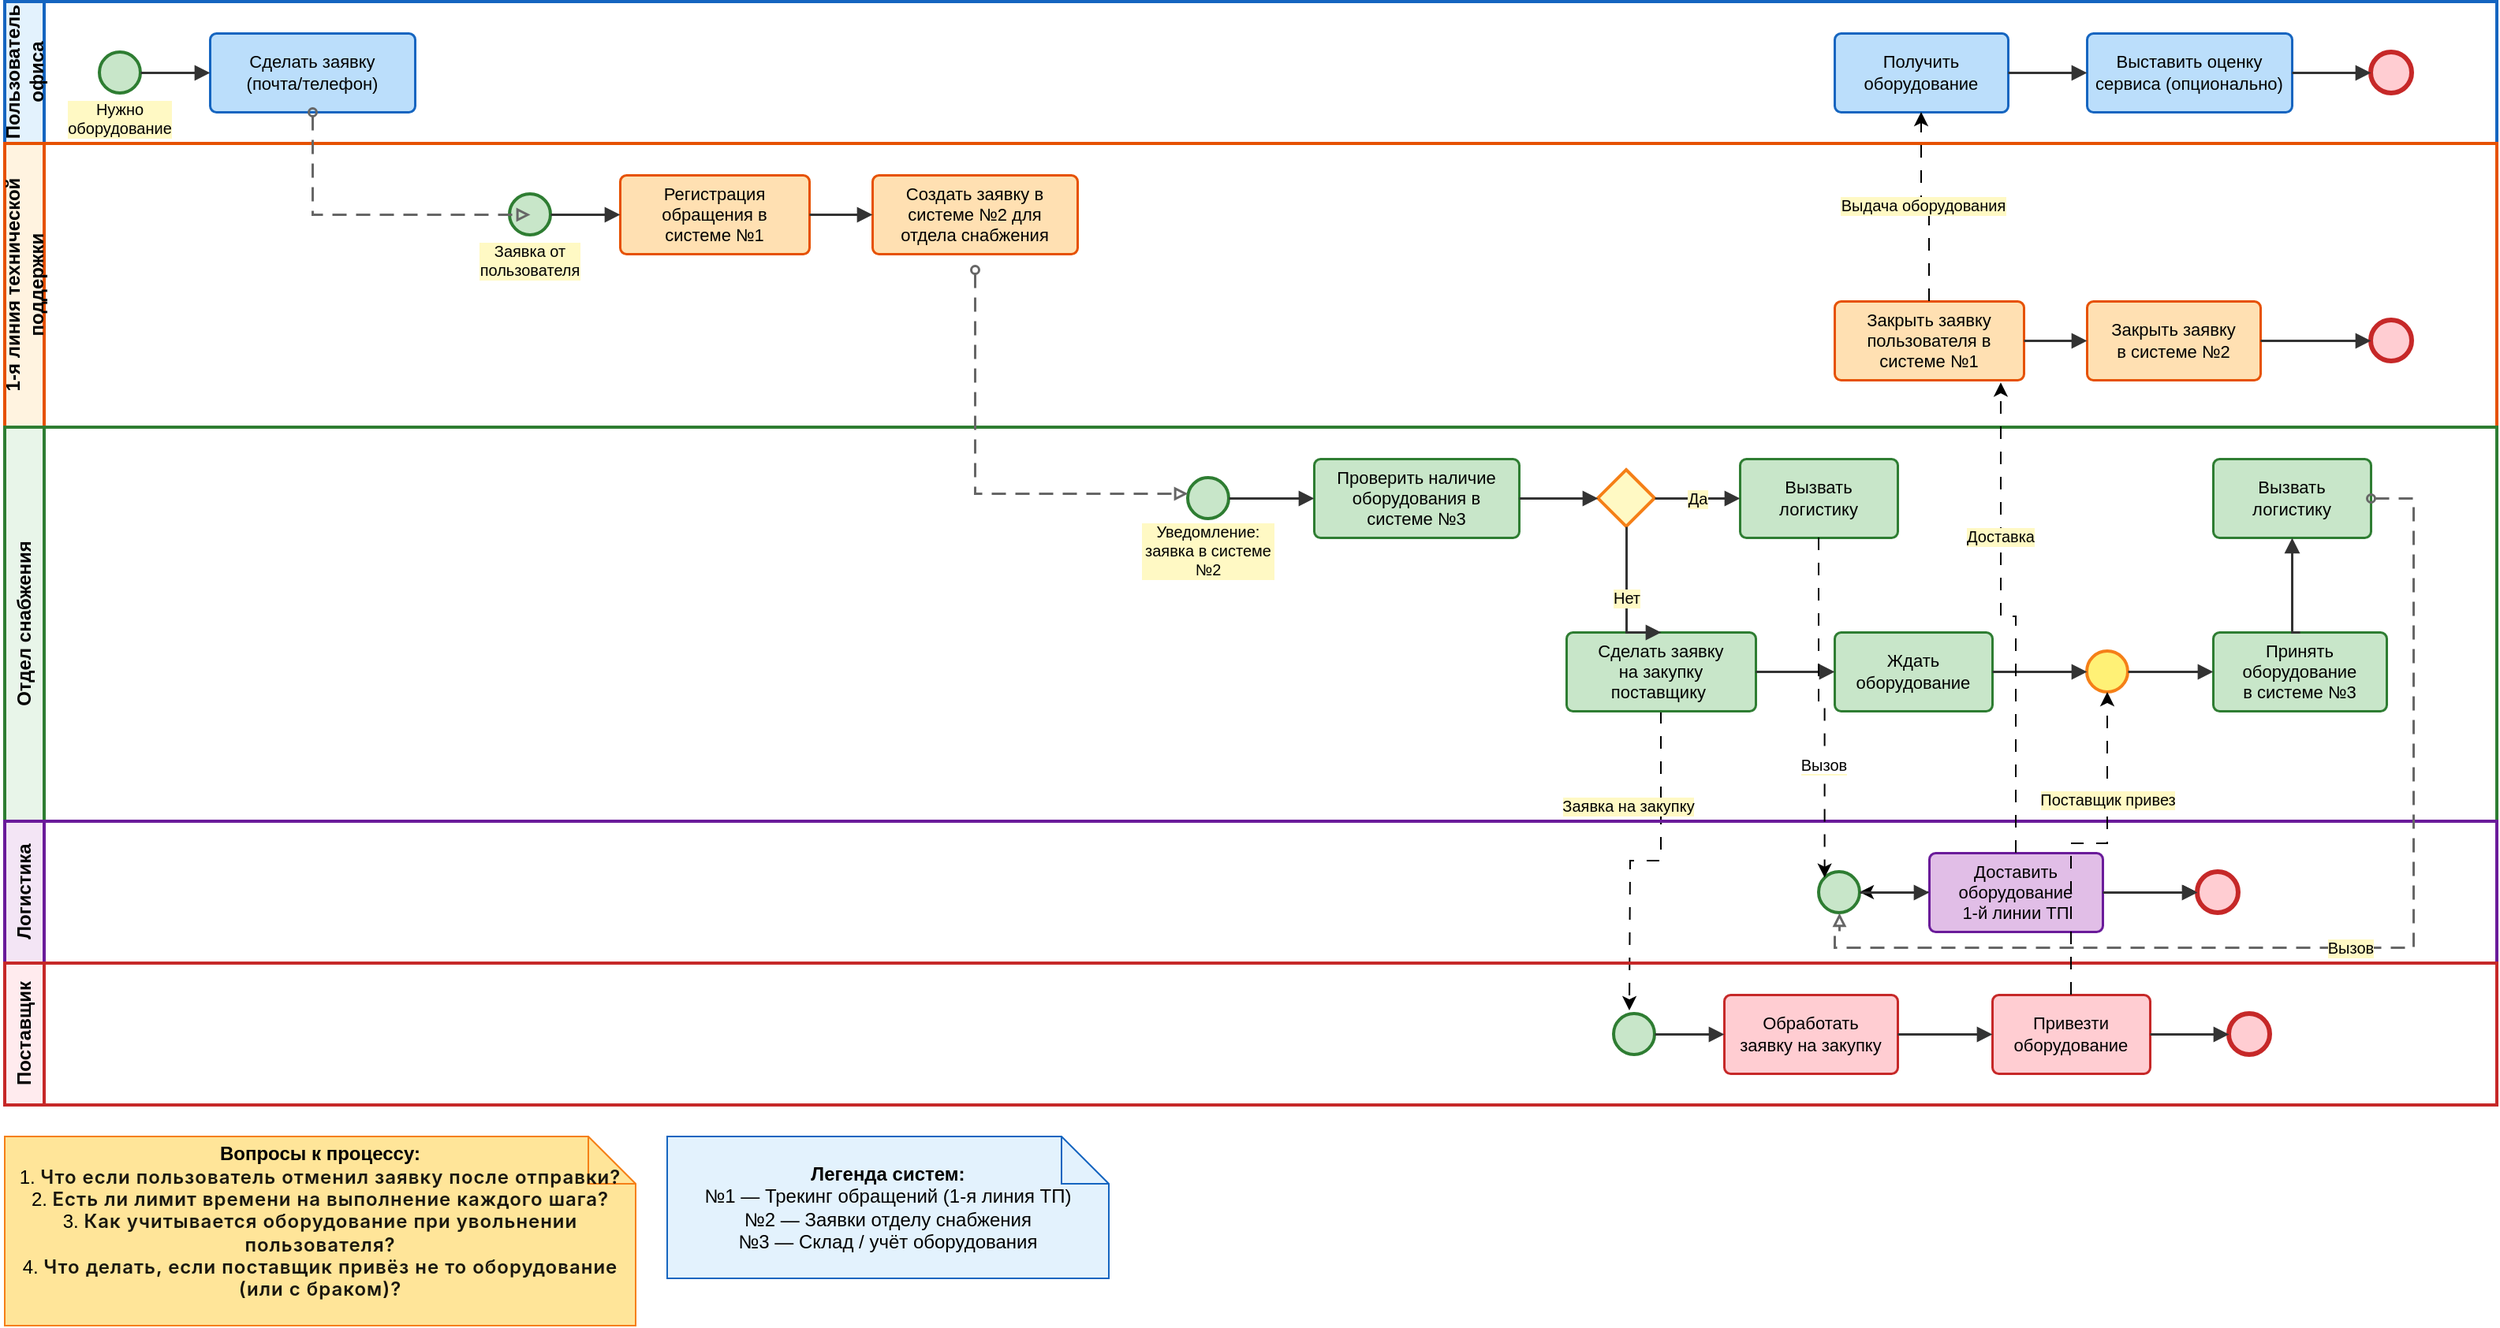
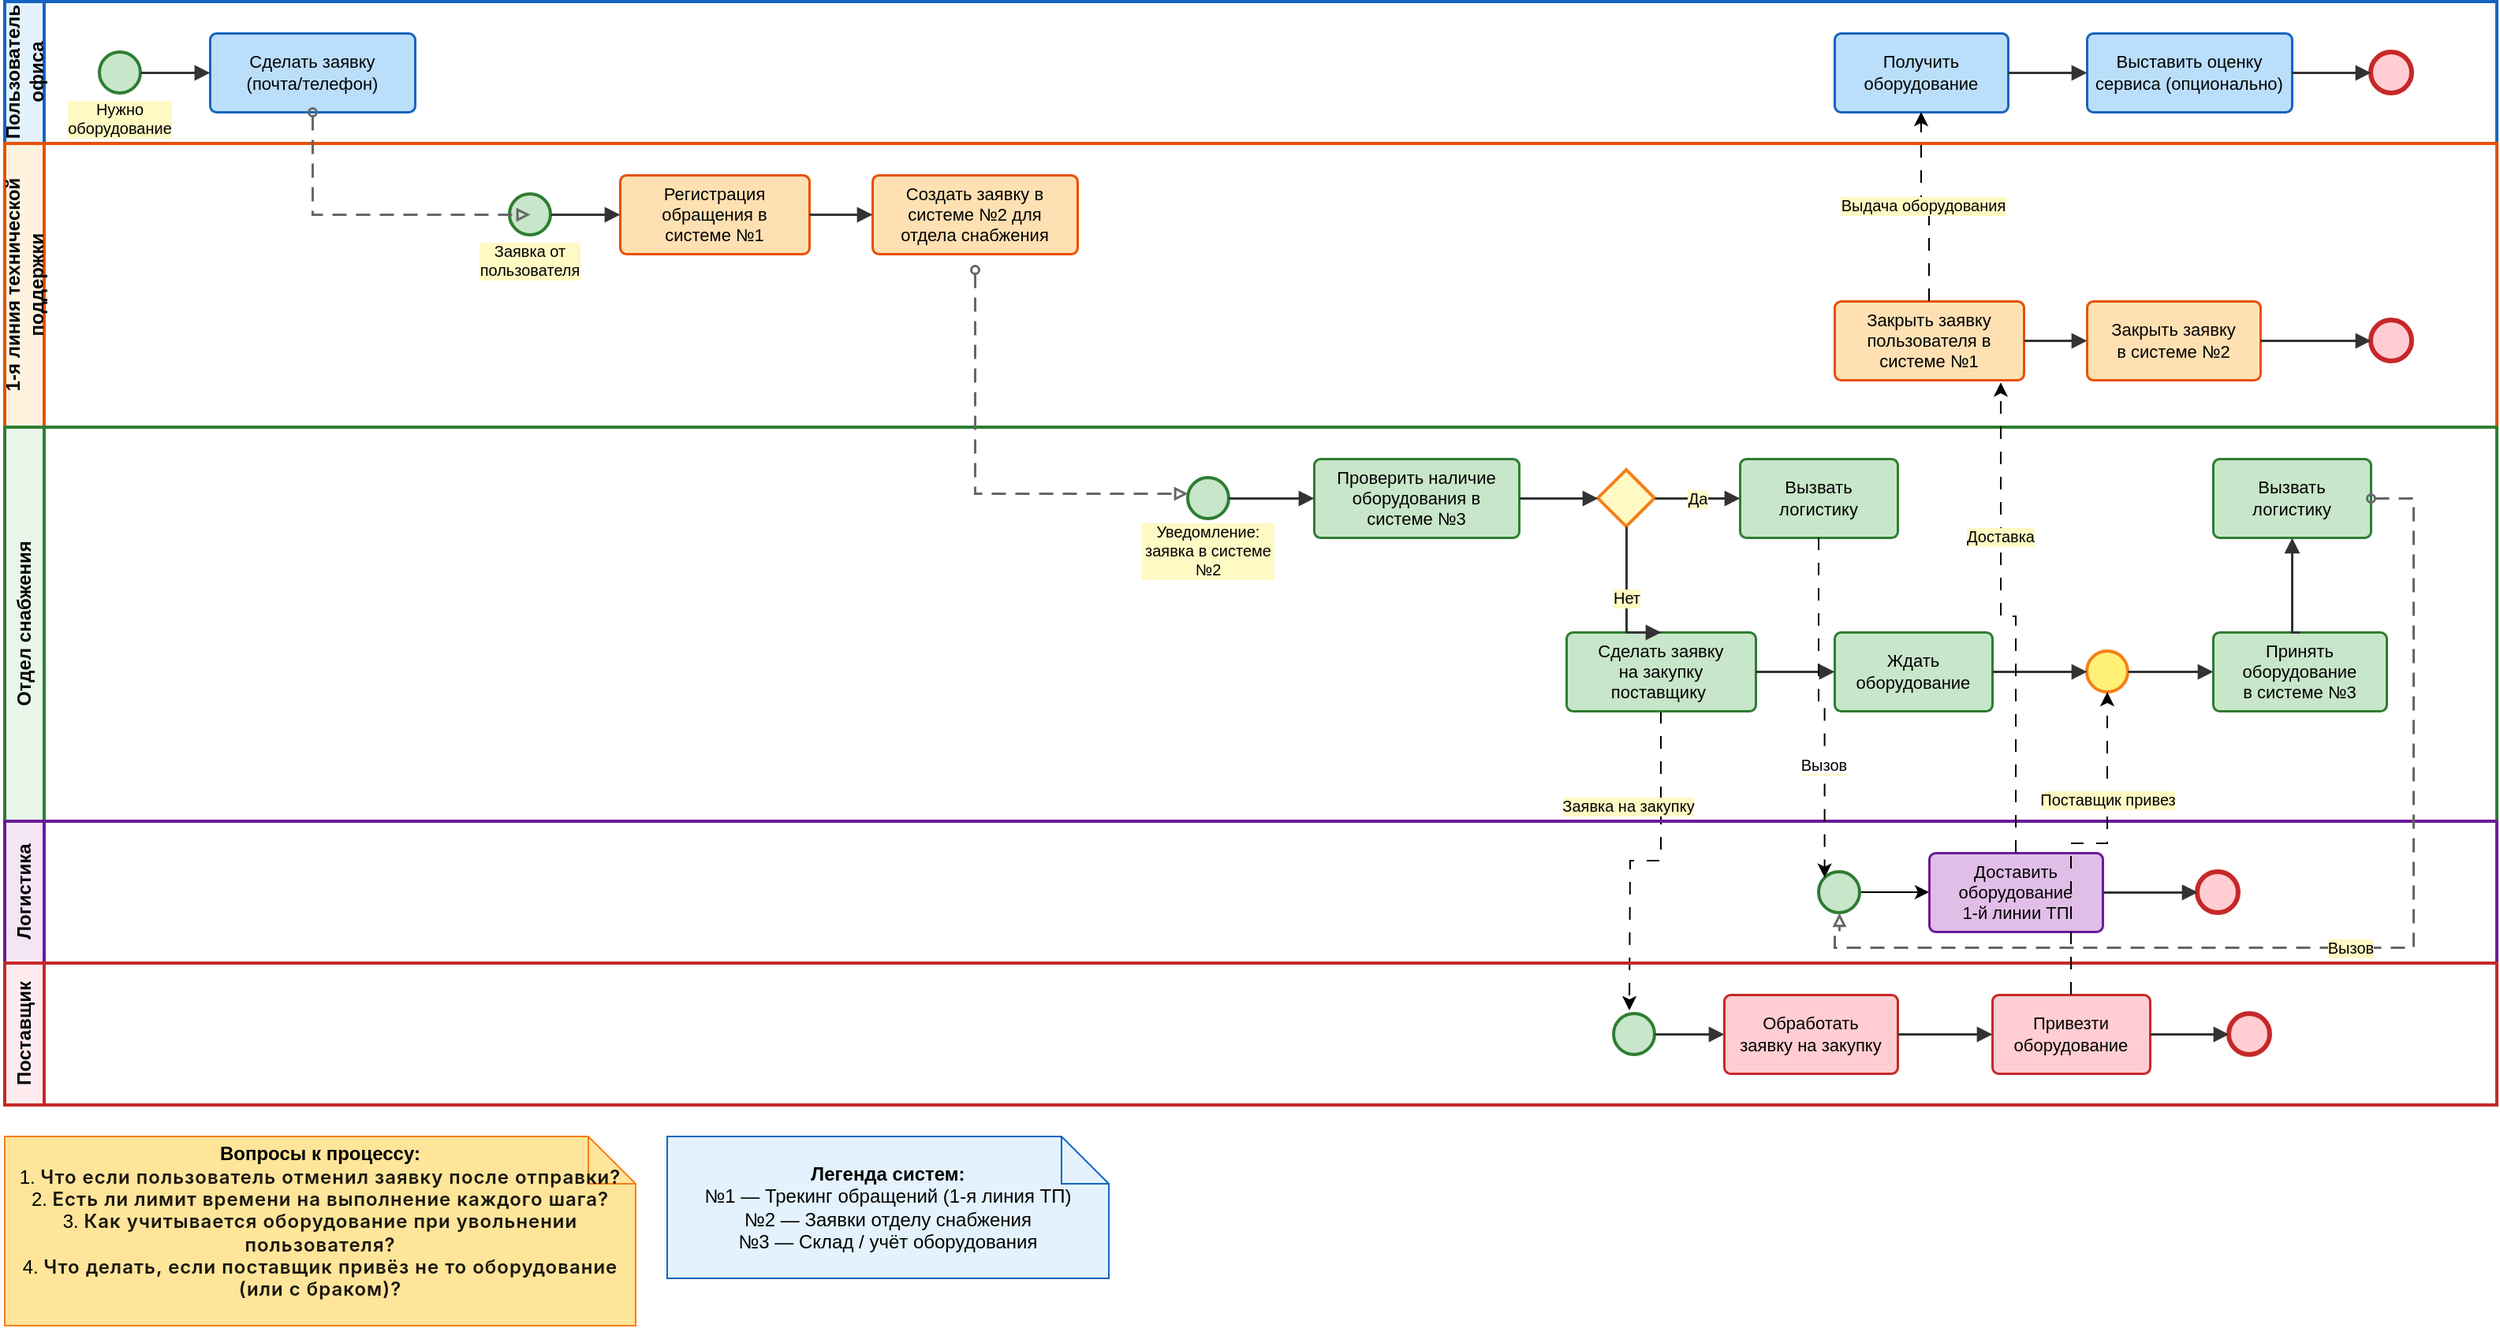
<mxfile host="app.diagrams.net" agent="Kimi">
  <diagram name="BPMN IT Equipment" id="it-equipment-bpmn">
    <mxGraphModel dx="1940" dy="875" grid="1" gridSize="10" guides="1" tooltips="1" connect="1" arrows="1" fold="1" page="1" pageScale="1" pageWidth="1700" pageHeight="1100" math="0" shadow="0">
      <root>
        <mxCell id="0" />
        <mxCell id="1" parent="0" />
        <mxCell id="pool-user" parent="1" style="swimlane;horizontal=0;startSize=25;swimlaneLine=1;collapsible=0;fontStyle=1;fillColor=#E3F2FD;strokeColor=#1565C0;strokeWidth=2;fontSize=12;whiteSpace=wrap;" value="Пользователь офиса" vertex="1">
          <mxGeometry height="90" width="1580" x="40" y="40" as="geometry" />
        </mxCell>
        <mxCell id="start-user" parent="pool-user" style="ellipse;whiteSpace=wrap;html=1;aspect=fixed;fillColor=#C8E6C9;strokeColor=#2E7D32;strokeWidth=2;" value="" vertex="1">
          <mxGeometry height="26" width="26" x="60" y="32" as="geometry" />
        </mxCell>
        <mxCell id="lbl-start-user" parent="pool-user" style="text;html=1;strokeColor=none;fillColor=none;align=center;verticalAlign=middle;whiteSpace=wrap;rounded=0;fontSize=10;fontFamily=Helvetica;fontColor=default;fontStyle=0;labelBackgroundColor=#FFF9C4;" value="Нужно&#xa;оборудование" vertex="1">
          <mxGeometry height="28" width="60" x="43" y="60" as="geometry" />
        </mxCell>
        <mxCell id="task-req" parent="pool-user" style="rounded=1;whiteSpace=wrap;html=1;arcSize=8;fillColor=#BBDEFB;strokeColor=#1565C0;strokeWidth=1.5;fontSize=11;" value="Сделать заявку&#xa;(почта/телефон)" vertex="1">
          <mxGeometry height="50" width="130" x="130" y="20" as="geometry" />
        </mxCell>
        <mxCell id="task-receive" parent="pool-user" style="rounded=1;whiteSpace=wrap;html=1;arcSize=8;fillColor=#BBDEFB;strokeColor=#1565C0;strokeWidth=1.5;fontSize=11;" value="Получить&#xa;оборудование" vertex="1">
          <mxGeometry height="50" width="110" x="1160" y="20" as="geometry" />
        </mxCell>
        <mxCell id="task-rate" parent="pool-user" style="rounded=1;whiteSpace=wrap;html=1;arcSize=8;fillColor=#BBDEFB;strokeColor=#1565C0;strokeWidth=1.5;fontSize=11;" value="Выставить оценку&#xa;сервиса (опционально)" vertex="1">
          <mxGeometry height="50" width="130" x="1320" y="20" as="geometry" />
        </mxCell>
        <mxCell id="end-user" parent="pool-user" style="ellipse;whiteSpace=wrap;html=1;aspect=fixed;fillColor=#FFCDD2;strokeColor=#C62828;strokeWidth=3;" value="" vertex="1">
          <mxGeometry height="26" width="26" x="1500" y="32" as="geometry" />
        </mxCell>
        <mxCell id="sf1" edge="1" parent="pool-user" source="start-user" style="edgeStyle=orthogonalEdgeStyle;rounded=0;orthogonalLoop=1;jettySize=auto;html=1;exitX=1;exitY=0.5;exitDx=0;exitDy=0;entryX=0;entryY=0.5;entryDx=0;entryDy=0;strokeColor=#333333;strokeWidth=1.5;endArrow=block;endFill=1;" target="task-req" value="">
          <mxGeometry relative="1" as="geometry" />
        </mxCell>
        <mxCell id="sf2" edge="1" parent="pool-user" source="task-receive" style="edgeStyle=orthogonalEdgeStyle;rounded=0;orthogonalLoop=1;jettySize=auto;html=1;exitX=1;exitY=0.5;exitDx=0;exitDy=0;entryX=0;entryY=0.5;entryDx=0;entryDy=0;strokeColor=#333333;strokeWidth=1.5;endArrow=block;endFill=1;" target="task-rate" value="">
          <mxGeometry relative="1" as="geometry" />
        </mxCell>
        <mxCell id="sf3" edge="1" parent="pool-user" source="task-rate" style="edgeStyle=orthogonalEdgeStyle;rounded=0;orthogonalLoop=1;jettySize=auto;html=1;exitX=1;exitY=0.5;exitDx=0;exitDy=0;entryX=0;entryY=0.5;entryDx=0;entryDy=0;strokeColor=#333333;strokeWidth=1.5;endArrow=block;endFill=1;" target="end-user" value="">
          <mxGeometry relative="1" as="geometry" />
        </mxCell>
        <mxCell id="pool-l1" parent="1" style="swimlane;horizontal=0;startSize=25;swimlaneLine=1;collapsible=0;fontStyle=1;fillColor=#FFF3E0;strokeColor=#E65100;strokeWidth=2;fontSize=12;whiteSpace=wrap;" value="1-я линия технической поддержки" vertex="1">
          <mxGeometry height="180" width="1580" x="40" y="130" as="geometry" />
        </mxCell>
        <mxCell id="start-l1" parent="pool-l1" style="ellipse;whiteSpace=wrap;html=1;aspect=fixed;fillColor=#C8E6C9;strokeColor=#2E7D32;strokeWidth=2;" value="" vertex="1">
          <mxGeometry height="26" width="26" x="320" y="32" as="geometry" />
        </mxCell>
        <mxCell id="lbl-start-l1" parent="pool-l1" style="text;html=1;strokeColor=none;fillColor=none;align=center;verticalAlign=middle;whiteSpace=wrap;rounded=0;fontSize=10;fontFamily=Helvetica;fontColor=default;fontStyle=0;labelBackgroundColor=#FFF9C4;" value="Заявка от&#xa;пользователя" vertex="1">
          <mxGeometry height="28" width="60" x="303" y="60" as="geometry" />
        </mxCell>
        <mxCell id="task-ticket1" parent="pool-l1" style="rounded=1;whiteSpace=wrap;html=1;arcSize=8;fillColor=#FFE0B2;strokeColor=#E65100;strokeWidth=1.5;fontSize=11;" value="Регистрация&lt;br&gt;обращения в&lt;br&gt;системе №1" vertex="1">
          <mxGeometry height="50" width="120" x="390" y="20" as="geometry" />
        </mxCell>
        <mxCell id="task-create-req" parent="pool-l1" style="rounded=1;whiteSpace=wrap;html=1;arcSize=8;fillColor=#FFE0B2;strokeColor=#E65100;strokeWidth=1.5;fontSize=11;" value="Создать заявку в&#xa;системе №2 для&#xa;отдела снабжения" vertex="1">
          <mxGeometry height="50" width="130" x="550" y="20" as="geometry" />
        </mxCell>
        <mxCell id="task-close1" parent="pool-l1" style="rounded=1;whiteSpace=wrap;html=1;arcSize=8;fillColor=#FFE0B2;strokeColor=#E65100;strokeWidth=1.5;fontSize=11;" value="Закрыть заявку&#xa;пользователя в&#xa;системе №1" vertex="1">
          <mxGeometry height="50" width="120" x="1160" y="100" as="geometry" />
        </mxCell>
        <mxCell id="task-close2" parent="pool-l1" style="rounded=1;whiteSpace=wrap;html=1;arcSize=8;fillColor=#FFE0B2;strokeColor=#E65100;strokeWidth=1.5;fontSize=11;" value="Закрыть заявку&#xa;в системе №2" vertex="1">
          <mxGeometry height="50" width="110" x="1320" y="100" as="geometry" />
        </mxCell>
        <mxCell id="end-l1" parent="pool-l1" style="ellipse;whiteSpace=wrap;html=1;aspect=fixed;fillColor=#FFCDD2;strokeColor=#C62828;strokeWidth=3;" value="" vertex="1">
          <mxGeometry height="26" width="26" x="1500" y="112" as="geometry" />
        </mxCell>
        <mxCell id="sf4" edge="1" parent="pool-l1" source="start-l1" style="edgeStyle=orthogonalEdgeStyle;rounded=0;orthogonalLoop=1;jettySize=auto;html=1;exitX=1;exitY=0.5;exitDx=0;exitDy=0;entryX=0;entryY=0.5;entryDx=0;entryDy=0;strokeColor=#333333;strokeWidth=1.5;endArrow=block;endFill=1;" target="task-ticket1" value="">
          <mxGeometry relative="1" as="geometry" />
        </mxCell>
        <mxCell id="sf5" edge="1" parent="pool-l1" source="task-ticket1" style="edgeStyle=orthogonalEdgeStyle;rounded=0;orthogonalLoop=1;jettySize=auto;html=1;exitX=1;exitY=0.5;exitDx=0;exitDy=0;entryX=0;entryY=0.5;entryDx=0;entryDy=0;strokeColor=#333333;strokeWidth=1.5;endArrow=block;endFill=1;" target="task-create-req" value="">
          <mxGeometry relative="1" as="geometry" />
        </mxCell>
        <mxCell id="sf6" edge="1" parent="pool-l1" source="task-close1" style="edgeStyle=orthogonalEdgeStyle;rounded=0;orthogonalLoop=1;jettySize=auto;html=1;exitX=1;exitY=0.5;exitDx=0;exitDy=0;entryX=0;entryY=0.5;entryDx=0;entryDy=0;strokeColor=#333333;strokeWidth=1.5;endArrow=block;endFill=1;" target="task-close2" value="">
          <mxGeometry relative="1" as="geometry" />
        </mxCell>
        <mxCell id="sf7" edge="1" parent="pool-l1" source="task-close2" style="edgeStyle=orthogonalEdgeStyle;rounded=0;orthogonalLoop=1;jettySize=auto;html=1;exitX=1;exitY=0.5;exitDx=0;exitDy=0;entryX=0;entryY=0.5;entryDx=0;entryDy=0;strokeColor=#333333;strokeWidth=1.5;endArrow=block;endFill=1;" target="end-l1" value="">
          <mxGeometry relative="1" as="geometry" />
        </mxCell>
        <mxCell id="pool-supply" parent="1" style="swimlane;horizontal=0;startSize=25;swimlaneLine=1;collapsible=0;fontStyle=1;fillColor=#E8F5E9;strokeColor=#2E7D32;strokeWidth=2;fontSize=12;whiteSpace=wrap;" value="Отдел снабжения" vertex="1">
          <mxGeometry height="250" width="1580" x="40" y="310" as="geometry" />
        </mxCell>
        <mxCell id="start-supply" parent="pool-supply" style="ellipse;whiteSpace=wrap;html=1;aspect=fixed;fillColor=#C8E6C9;strokeColor=#2E7D32;strokeWidth=2;" value="" vertex="1">
          <mxGeometry height="26" width="26" x="750" y="32" as="geometry" />
        </mxCell>
        <mxCell id="lbl-start-supply" parent="pool-supply" style="text;html=1;strokeColor=none;fillColor=none;align=center;verticalAlign=middle;whiteSpace=wrap;rounded=0;fontSize=10;fontFamily=Helvetica;fontColor=default;fontStyle=0;labelBackgroundColor=#FFF9C4;" value="Уведомление:&lt;br&gt;заявка в системе №2" vertex="1">
          <mxGeometry height="36" width="86" x="720" y="60" as="geometry" />
        </mxCell>
        <mxCell id="task-check" parent="pool-supply" style="rounded=1;whiteSpace=wrap;html=1;arcSize=8;fillColor=#C8E6C9;strokeColor=#2E7D32;strokeWidth=1.5;fontSize=11;" value="Проверить наличие&#xa;оборудования в&#xa;системе №3" vertex="1">
          <mxGeometry height="50" width="130" x="830" y="20" as="geometry" />
        </mxCell>
        <mxCell id="gateway-check" parent="pool-supply" style="rhombus;whiteSpace=wrap;html=1;fillColor=#FFF9C4;strokeColor=#F57F17;strokeWidth=2;" value="" vertex="1">
          <mxGeometry height="36" width="36" x="1010" y="27" as="geometry" />
        </mxCell>
        <mxCell id="task-call-log-yes" parent="pool-supply" style="rounded=1;whiteSpace=wrap;html=1;arcSize=8;fillColor=#C8E6C9;strokeColor=#2E7D32;strokeWidth=1.5;fontSize=11;" value="Вызвать&#xa;логистику" vertex="1">
          <mxGeometry height="50" width="100" x="1100" y="20" as="geometry" />
        </mxCell>
        <mxCell id="XbenKFMrG471u0wiNJ-_-17" edge="1" parent="pool-supply" source="task-order" style="edgeStyle=orthogonalEdgeStyle;rounded=0;orthogonalLoop=1;jettySize=auto;html=1;dashed=1;dashPattern=8 8;">
          <mxGeometry relative="1" as="geometry">
            <mxPoint x="1030.0000000000005" y="370" as="targetPoint" />
          </mxGeometry>
        </mxCell>
        <mxCell id="XbenKFMrG471u0wiNJ-_-18" connectable="0" parent="XbenKFMrG471u0wiNJ-_-17" style="edgeLabel;html=1;align=center;verticalAlign=middle;resizable=0;points=[];fillColor=light-dark(transparent,#FFE599);fontFamily=Helvetica;fontSize=10;fontColor=default;fontStyle=0;labelBackgroundColor=#FFF9C4;" value="Заявка на закупку" vertex="1">
          <mxGeometry relative="1" x="-0.0059" y="-4" as="geometry">
            <mxPoint x="-12" y="-31" as="offset" />
          </mxGeometry>
        </mxCell>
        <mxCell id="task-order" parent="pool-supply" style="rounded=1;whiteSpace=wrap;html=1;arcSize=8;fillColor=#C8E6C9;strokeColor=#2E7D32;strokeWidth=1.5;fontSize=11;" value="Сделать заявку&lt;br&gt;на закупку&lt;br&gt;поставщику&amp;nbsp;" vertex="1">
          <mxGeometry height="50" width="120" x="990" y="130" as="geometry" />
        </mxCell>
        <mxCell id="task-wait" parent="pool-supply" style="rounded=1;whiteSpace=wrap;html=1;arcSize=8;fillColor=#C8E6C9;strokeColor=#2E7D32;strokeWidth=1.5;fontSize=11;" value="Ждать&#xa;оборудование" vertex="1">
          <mxGeometry height="50" width="100" x="1160" y="130" as="geometry" />
        </mxCell>
        <mxCell id="event-receive" parent="pool-supply" style="ellipse;whiteSpace=wrap;html=1;aspect=fixed;fillColor=#FFF176;strokeColor=#F57F17;strokeWidth=2;" value="" vertex="1">
          <mxGeometry height="26" width="26" x="1320" y="142" as="geometry" />
        </mxCell>
        <mxCell id="task-accept" parent="pool-supply" style="rounded=1;whiteSpace=wrap;html=1;arcSize=8;fillColor=#C8E6C9;strokeColor=#2E7D32;strokeWidth=1.5;fontSize=11;" value="Принять&#xa;оборудование&#xa;в системе №3" vertex="1">
          <mxGeometry height="50" width="110" x="1400" y="130" as="geometry" />
        </mxCell>
        <mxCell id="task-call-log-no" parent="pool-supply" style="rounded=1;whiteSpace=wrap;html=1;arcSize=8;fillColor=#C8E6C9;strokeColor=#2E7D32;strokeWidth=1.5;fontSize=11;" value="Вызвать&#xa;логистику" vertex="1">
          <mxGeometry height="50" width="100" x="1400" y="20" as="geometry" />
        </mxCell>
        <mxCell id="sf8" edge="1" parent="pool-supply" source="start-supply" style="edgeStyle=orthogonalEdgeStyle;rounded=0;orthogonalLoop=1;jettySize=auto;html=1;exitX=1;exitY=0.5;exitDx=0;exitDy=0;entryX=0;entryY=0.5;entryDx=0;entryDy=0;strokeColor=#333333;strokeWidth=1.5;endArrow=block;endFill=1;" target="task-check" value="">
          <mxGeometry relative="1" as="geometry" />
        </mxCell>
        <mxCell id="sf9" edge="1" parent="pool-supply" source="task-check" style="edgeStyle=orthogonalEdgeStyle;rounded=0;orthogonalLoop=1;jettySize=auto;html=1;exitX=1;exitY=0.5;exitDx=0;exitDy=0;entryX=0;entryY=0.5;entryDx=0;entryDy=0;strokeColor=#333333;strokeWidth=1.5;endArrow=block;endFill=1;" target="gateway-check" value="">
          <mxGeometry relative="1" as="geometry" />
        </mxCell>
        <mxCell id="sf10" edge="1" parent="pool-supply" source="gateway-check" style="edgeStyle=orthogonalEdgeStyle;rounded=0;orthogonalLoop=1;jettySize=auto;html=1;exitX=1;exitY=0.5;exitDx=0;exitDy=0;entryX=0;entryY=0.5;entryDx=0;entryDy=0;strokeColor=#333333;strokeWidth=1.5;endArrow=block;endFill=1;labelBackgroundColor=#FFF9C4;fontSize=10;" target="task-call-log-yes" value="Да">
          <mxGeometry relative="1" as="geometry" />
        </mxCell>
        <mxCell id="sf11" edge="1" parent="pool-supply" source="gateway-check" style="edgeStyle=orthogonalEdgeStyle;rounded=0;orthogonalLoop=1;jettySize=auto;html=1;exitX=0.5;exitY=1;exitDx=0;exitDy=0;entryX=0.5;entryY=0;entryDx=0;entryDy=0;strokeColor=#333333;strokeWidth=1.5;endArrow=block;endFill=1;labelBackgroundColor=#FFF9C4;fontSize=10;" target="task-order" value="Нет">
          <mxGeometry relative="1" as="geometry">
            <Array as="points">
              <mxPoint x="1028" y="130" />
            </Array>
          </mxGeometry>
        </mxCell>
        <mxCell id="sf12" edge="1" parent="pool-supply" source="task-order" style="edgeStyle=orthogonalEdgeStyle;rounded=0;orthogonalLoop=1;jettySize=auto;html=1;exitX=1;exitY=0.5;exitDx=0;exitDy=0;entryX=0;entryY=0.5;entryDx=0;entryDy=0;strokeColor=#333333;strokeWidth=1.5;endArrow=block;endFill=1;" target="task-wait" value="">
          <mxGeometry relative="1" as="geometry" />
        </mxCell>
        <mxCell id="sf13" edge="1" parent="pool-supply" source="task-wait" style="edgeStyle=orthogonalEdgeStyle;rounded=0;orthogonalLoop=1;jettySize=auto;html=1;exitX=1;exitY=0.5;exitDx=0;exitDy=0;entryX=0;entryY=0.5;entryDx=0;entryDy=0;strokeColor=#333333;strokeWidth=1.5;endArrow=block;endFill=1;" target="event-receive" value="">
          <mxGeometry relative="1" as="geometry" />
        </mxCell>
        <mxCell id="sf14" edge="1" parent="pool-supply" source="event-receive" style="edgeStyle=orthogonalEdgeStyle;rounded=0;orthogonalLoop=1;jettySize=auto;html=1;exitX=1;exitY=0.5;exitDx=0;exitDy=0;entryX=0;entryY=0.5;entryDx=0;entryDy=0;strokeColor=#333333;strokeWidth=1.5;endArrow=block;endFill=1;" target="task-accept" value="">
          <mxGeometry relative="1" as="geometry" />
        </mxCell>
        <mxCell id="sf15" edge="1" parent="pool-supply" source="task-accept" style="edgeStyle=orthogonalEdgeStyle;rounded=0;orthogonalLoop=1;jettySize=auto;html=1;exitX=0.5;exitY=0;exitDx=0;exitDy=0;entryX=0.5;entryY=1;entryDx=0;entryDy=0;strokeColor=#333333;strokeWidth=1.5;endArrow=block;endFill=1;" target="task-call-log-no" value="">
          <mxGeometry relative="1" as="geometry">
            <Array as="points">
              <mxPoint x="1450" y="130" />
            </Array>
          </mxGeometry>
        </mxCell>
        <mxCell id="mf2" edge="1" parent="pool-supply" style="edgeStyle=orthogonalEdgeStyle;rounded=0;orthogonalLoop=1;jettySize=auto;html=1;exitX=0.5;exitY=1;exitDx=0;exitDy=0;strokeColor=#666666;strokeWidth=1.5;dashed=1;dashPattern=6 4;startArrow=oval;startFill=0;startSize=5;endArrow=block;endFill=0;endSize=5;" value="">
          <mxGeometry relative="1" as="geometry">
            <Array as="points">
              <mxPoint x="615" y="42" />
            </Array>
            <mxPoint x="615" y="-100" as="sourcePoint" />
            <mxPoint x="750" y="42" as="targetPoint" />
          </mxGeometry>
        </mxCell>
        <mxCell id="pool-log" parent="1" style="swimlane;horizontal=0;startSize=25;swimlaneLine=1;collapsible=0;fontStyle=1;fillColor=#F3E5F5;strokeColor=#6A1B9A;strokeWidth=2;fontSize=12;whiteSpace=wrap;" value="Логистика" vertex="1">
          <mxGeometry height="90" width="1580" x="40" y="560" as="geometry" />
        </mxCell>
+         <mxCell id="opargp484cUW6CwqKx2q-7" edge="1" parent="pool-log" source="start-log" style="edgeStyle=orthogonalEdgeStyle;rounded=0;orthogonalLoop=1;jettySize=auto;html=1;" target="task-deliver" value="">
+           <mxGeometry relative="1" as="geometry" />
+         </mxCell>
        <mxCell id="start-log" parent="pool-log" style="ellipse;whiteSpace=wrap;html=1;aspect=fixed;fillColor=#C8E6C9;strokeColor=#2E7D32;strokeWidth=2;" value="" vertex="1">
          <mxGeometry height="26" width="26" x="1150" y="32" as="geometry" />
        </mxCell>
-         <mxCell id="XbenKFMrG471u0wiNJ-_-22" edge="1" parent="pool-log" source="task-deliver" style="edgeStyle=orthogonalEdgeStyle;rounded=0;orthogonalLoop=1;jettySize=auto;html=1;" target="start-log" value="">
-           <mxGeometry relative="1" as="geometry" />
-         </mxCell>
        <mxCell id="XbenKFMrG471u0wiNJ-_-23" edge="1" parent="pool-log" source="task-deliver" style="edgeStyle=orthogonalEdgeStyle;rounded=0;orthogonalLoop=1;jettySize=auto;html=1;" target="end-log" value="">
          <mxGeometry relative="1" as="geometry" />
        </mxCell>
        <mxCell id="task-deliver" parent="pool-log" style="rounded=1;whiteSpace=wrap;html=1;arcSize=8;fillColor=#E1BEE7;strokeColor=#6A1B9A;strokeWidth=1.5;fontSize=11;" value="Доставить&#xa;оборудование&#xa;1-й линии ТП" vertex="1">
          <mxGeometry height="50" width="110" x="1220" y="20" as="geometry" />
        </mxCell>
        <mxCell id="end-log" parent="pool-log" style="ellipse;whiteSpace=wrap;html=1;aspect=fixed;fillColor=#FFCDD2;strokeColor=#C62828;strokeWidth=3;" value="" vertex="1">
          <mxGeometry height="26" width="26" x="1390" y="32" as="geometry" />
-         </mxCell>
-         <mxCell id="sf16" edge="1" parent="pool-log" source="start-log" style="edgeStyle=orthogonalEdgeStyle;rounded=0;orthogonalLoop=1;jettySize=auto;html=1;exitX=1;exitY=0.5;exitDx=0;exitDy=0;entryX=0;entryY=0.5;entryDx=0;entryDy=0;strokeColor=#333333;strokeWidth=1.5;endArrow=block;endFill=1;" target="task-deliver" value="">
-           <mxGeometry relative="1" as="geometry" />
        </mxCell>
        <mxCell id="sf17" edge="1" parent="pool-log" source="task-deliver" style="edgeStyle=orthogonalEdgeStyle;rounded=0;orthogonalLoop=1;jettySize=auto;html=1;exitX=1;exitY=0.5;exitDx=0;exitDy=0;entryX=0;entryY=0.5;entryDx=0;entryDy=0;strokeColor=#333333;strokeWidth=1.5;endArrow=block;endFill=1;" target="end-log" value="">
          <mxGeometry relative="1" as="geometry" />
        </mxCell>
        <mxCell id="pool-vendor" parent="1" style="swimlane;horizontal=0;startSize=25;swimlaneLine=1;collapsible=0;fontStyle=1;fillColor=#FFEBEE;strokeColor=#C62828;strokeWidth=2;fontSize=12;whiteSpace=wrap;" value="Поставщик" vertex="1">
          <mxGeometry height="90" width="1580" x="40" y="650" as="geometry" />
        </mxCell>
        <mxCell id="start-vendor" parent="pool-vendor" style="ellipse;whiteSpace=wrap;html=1;aspect=fixed;fillColor=#C8E6C9;strokeColor=#2E7D32;strokeWidth=2;" value="" vertex="1">
          <mxGeometry height="26" width="26" x="1020" y="32" as="geometry" />
        </mxCell>
        <mxCell id="task-process" parent="pool-vendor" style="rounded=1;whiteSpace=wrap;html=1;arcSize=8;fillColor=#FFCDD2;strokeColor=#C62828;strokeWidth=1.5;fontSize=11;" value="Обработать&#xa;заявку на закупку" vertex="1">
          <mxGeometry height="50" width="110" x="1090" y="20" as="geometry" />
        </mxCell>
        <mxCell id="task-ship" parent="pool-vendor" style="rounded=1;whiteSpace=wrap;html=1;arcSize=8;fillColor=#FFCDD2;strokeColor=#C62828;strokeWidth=1.5;fontSize=11;" value="Привезти&#xa;оборудование" vertex="1">
          <mxGeometry height="50" width="100" x="1260" y="20" as="geometry" />
        </mxCell>
        <mxCell id="end-vendor" parent="pool-vendor" style="ellipse;whiteSpace=wrap;html=1;aspect=fixed;fillColor=#FFCDD2;strokeColor=#C62828;strokeWidth=3;" value="" vertex="1">
          <mxGeometry height="26" width="26" x="1410" y="32" as="geometry" />
        </mxCell>
        <mxCell id="sf18" edge="1" parent="pool-vendor" source="start-vendor" style="edgeStyle=orthogonalEdgeStyle;rounded=0;orthogonalLoop=1;jettySize=auto;html=1;exitX=1;exitY=0.5;exitDx=0;exitDy=0;entryX=0;entryY=0.5;entryDx=0;entryDy=0;strokeColor=#333333;strokeWidth=1.5;endArrow=block;endFill=1;" target="task-process" value="">
          <mxGeometry relative="1" as="geometry" />
        </mxCell>
        <mxCell id="sf19" edge="1" parent="pool-vendor" source="task-process" style="edgeStyle=orthogonalEdgeStyle;rounded=0;orthogonalLoop=1;jettySize=auto;html=1;exitX=1;exitY=0.5;exitDx=0;exitDy=0;entryX=0;entryY=0.5;entryDx=0;entryDy=0;strokeColor=#333333;strokeWidth=1.5;endArrow=block;endFill=1;" target="task-ship" value="">
          <mxGeometry relative="1" as="geometry" />
        </mxCell>
        <mxCell id="sf20" edge="1" parent="pool-vendor" source="task-ship" style="edgeStyle=orthogonalEdgeStyle;rounded=0;orthogonalLoop=1;jettySize=auto;html=1;exitX=1;exitY=0.5;exitDx=0;exitDy=0;entryX=0;entryY=0.5;entryDx=0;entryDy=0;strokeColor=#333333;strokeWidth=1.5;endArrow=block;endFill=1;" target="end-vendor" value="">
          <mxGeometry relative="1" as="geometry" />
        </mxCell>
        <mxCell id="mf1" edge="1" parent="1" source="task-req" style="edgeStyle=orthogonalEdgeStyle;rounded=0;orthogonalLoop=1;jettySize=auto;html=1;exitX=0.5;exitY=1;exitDx=0;exitDy=0;strokeColor=#666666;strokeWidth=1.5;dashed=1;dashPattern=6 4;startArrow=oval;startFill=0;startSize=5;endArrow=block;endFill=0;endSize=5;" value="">
          <mxGeometry relative="1" as="geometry">
            <Array as="points">
              <mxPoint x="235" y="175" />
            </Array>
            <mxPoint x="373" y="175" as="targetPoint" />
          </mxGeometry>
        </mxCell>
        <mxCell id="note1" parent="1" style="shape=note;whiteSpace=wrap;html=1;backgroundOutline=1;fillColor=light-dark(#FFE599,#FFCCCC);strokeColor=#F57F17;fontSize=10;labelBackgroundColor=none;" value="&lt;span style=&quot;&quot;&gt;&lt;font style=&quot;font-size: 12px;&quot;&gt;&lt;b style=&quot;&quot;&gt;Вопросы к процессу:&lt;/b&gt;&lt;br&gt;1.&amp;nbsp;&lt;font style=&quot;&quot;&gt;&lt;span data-v-46d91a25=&quot;&quot; class=&quot;&quot; style=&quot;scrollbar-color: rgba(0, 0, 0, 0.25) rgba(0, 0, 0, 0); font-family: -apple-system, BlinkMacSystemFont, &amp;quot;Segoe UI&amp;quot;, system-ui, Roboto, &amp;quot;Noto Sans&amp;quot;, Ubuntu, Cantarell, &amp;quot;Helvetica Neue&amp;quot;, sans-serif, Arial, &amp;quot;PingFang SC&amp;quot;, &amp;quot;Source Han Sans SC&amp;quot;, &amp;quot;Microsoft YaHei UI&amp;quot;, &amp;quot;Microsoft YaHei&amp;quot;, &amp;quot;Noto Sans CJK SC&amp;quot;; font-variant-numeric: inherit; font-variant-east-asian: inherit; font-variant-alternates: inherit; font-variant-position: inherit; font-variant-emoji: inherit; font-weight: 600; font-stretch: inherit; line-height: inherit; font-optical-sizing: inherit; font-size-adjust: inherit; font-kerning: inherit; font-feature-settings: inherit; font-variation-settings: inherit; font-language-override: inherit; vertical-align: baseline; border: 0px; margin: 0px; padding: 0px; color: rgba(0, 0, 0, 0.9); letter-spacing: 0.5px; text-align: left; white-space: pre-wrap;&quot;&gt;Что если пользователь отменил заявку после отправки?&lt;/span&gt;&lt;br&gt;2.&amp;nbsp;&lt;/font&gt;&lt;span data-v-46d91a25=&quot;&quot; style=&quot;scrollbar-color: rgba(0, 0, 0, 0.25) rgba(0, 0, 0, 0); font-family: -apple-system, BlinkMacSystemFont, &amp;quot;Segoe UI&amp;quot;, system-ui, Roboto, &amp;quot;Noto Sans&amp;quot;, Ubuntu, Cantarell, &amp;quot;Helvetica Neue&amp;quot;, sans-serif, Arial, &amp;quot;PingFang SC&amp;quot;, &amp;quot;Source Han Sans SC&amp;quot;, &amp;quot;Microsoft YaHei UI&amp;quot;, &amp;quot;Microsoft YaHei&amp;quot;, &amp;quot;Noto Sans CJK SC&amp;quot;; font-variant-numeric: inherit; font-variant-east-asian: inherit; font-variant-alternates: inherit; font-variant-position: inherit; font-variant-emoji: inherit; font-weight: 600; font-stretch: inherit; line-height: inherit; font-optical-sizing: inherit; font-size-adjust: inherit; font-kerning: inherit; font-feature-settings: inherit; font-variation-settings: inherit; font-language-override: inherit; vertical-align: baseline; border: 0px; margin: 0px; padding: 0px; color: rgba(0, 0, 0, 0.9); letter-spacing: 0.5px; text-align: left; white-space: pre-wrap;&quot;&gt;&lt;font style=&quot;&quot;&gt;Есть ли лимит времени на выполнение каждого шага?&lt;/font&gt;&lt;/span&gt;&lt;br&gt;3.&amp;nbsp;&lt;span data-v-46d91a25=&quot;&quot; class=&quot;&quot; style=&quot;scrollbar-color: rgba(0, 0, 0, 0.25) rgba(0, 0, 0, 0); font-family: -apple-system, BlinkMacSystemFont, &amp;quot;Segoe UI&amp;quot;, system-ui, Roboto, &amp;quot;Noto Sans&amp;quot;, Ubuntu, Cantarell, &amp;quot;Helvetica Neue&amp;quot;, sans-serif, Arial, &amp;quot;PingFang SC&amp;quot;, &amp;quot;Source Han Sans SC&amp;quot;, &amp;quot;Microsoft YaHei UI&amp;quot;, &amp;quot;Microsoft YaHei&amp;quot;, &amp;quot;Noto Sans CJK SC&amp;quot;; font-variant-numeric: inherit; font-variant-east-asian: inherit; font-variant-alternates: inherit; font-variant-position: inherit; font-variant-emoji: inherit; font-weight: 600; font-stretch: inherit; line-height: inherit; font-optical-sizing: inherit; font-size-adjust: inherit; font-kerning: inherit; font-feature-settings: inherit; font-variation-settings: inherit; font-language-override: inherit; vertical-align: baseline; border: 0px; margin: 0px; padding: 0px; color: rgba(0, 0, 0, 0.9); letter-spacing: 0.5px; text-align: left; white-space: pre-wrap;&quot;&gt;&lt;font style=&quot;&quot;&gt;Как учитывается оборудование при увольнении пользователя?&lt;/font&gt;&lt;/span&gt;&lt;br&gt;4.&amp;nbsp;&lt;span data-v-46d91a25=&quot;&quot; class=&quot;&quot; style=&quot;scrollbar-color: rgba(0, 0, 0, 0.25) rgba(0, 0, 0, 0); font-family: -apple-system, BlinkMacSystemFont, &amp;quot;Segoe UI&amp;quot;, system-ui, Roboto, &amp;quot;Noto Sans&amp;quot;, Ubuntu, Cantarell, &amp;quot;Helvetica Neue&amp;quot;, sans-serif, Arial, &amp;quot;PingFang SC&amp;quot;, &amp;quot;Source Han Sans SC&amp;quot;, &amp;quot;Microsoft YaHei UI&amp;quot;, &amp;quot;Microsoft YaHei&amp;quot;, &amp;quot;Noto Sans CJK SC&amp;quot;; font-variant-numeric: inherit; font-variant-east-asian: inherit; font-variant-alternates: inherit; font-variant-position: inherit; font-variant-emoji: inherit; font-weight: 600; font-stretch: inherit; line-height: inherit; font-optical-sizing: inherit; font-size-adjust: inherit; font-kerning: inherit; font-feature-settings: inherit; font-variation-settings: inherit; font-language-override: inherit; vertical-align: baseline; border: 0px; margin: 0px; padding: 0px; color: rgba(0, 0, 0, 0.9); letter-spacing: 0.5px; text-align: left; white-space: pre-wrap;&quot;&gt;&lt;font style=&quot;&quot;&gt;Что делать, если поставщик привёз не то оборудование (или с браком)?&lt;/font&gt;&lt;/span&gt;&lt;/font&gt;&lt;/span&gt;&lt;div&gt;&lt;br&gt;&lt;/div&gt;" vertex="1">
          <mxGeometry height="120" width="400" x="40" y="760" as="geometry" />
        </mxCell>
        <mxCell id="note2" parent="1" style="shape=note;whiteSpace=wrap;html=1;backgroundOutline=1;fillColor=#E3F2FD;strokeColor=#1565C0;fontSize=10;" value="&lt;font style=&quot;font-size: 12px;&quot;&gt;&lt;b&gt;Легенда систем:&lt;/b&gt;&lt;br&gt;№1 — Трекинг обращений (1-я линия ТП)&lt;br&gt;№2 — Заявки отделу снабжения&lt;br&gt;№3 — Склад / учёт оборудования&lt;/font&gt;" vertex="1">
          <mxGeometry height="90" width="280" x="460" y="760" as="geometry" />
        </mxCell>
        <mxCell id="XbenKFMrG471u0wiNJ-_-9" edge="1" parent="1" source="task-call-log-yes" style="edgeStyle=orthogonalEdgeStyle;rounded=0;orthogonalLoop=1;jettySize=auto;html=1;exitX=0.5;exitY=1;exitDx=0;exitDy=0;entryX=0;entryY=0;entryDx=0;entryDy=0;dashed=1;dashPattern=8 8;" target="start-log">
          <mxGeometry relative="1" as="geometry" />
        </mxCell>
        <mxCell id="XbenKFMrG471u0wiNJ-_-14" connectable="0" parent="XbenKFMrG471u0wiNJ-_-9" style="edgeLabel;html=1;align=center;verticalAlign=middle;resizable=0;points=[];fontFamily=Helvetica;fontSize=10;fontColor=default;fontStyle=0;labelBackgroundColor=#FFF9C4;" value="&lt;span style=&quot;background-color: light-dark(rgb(255, 255, 255), rgb(255, 229, 153));&quot;&gt;Вызов&lt;/span&gt;" vertex="1">
          <mxGeometry relative="1" x="0.3441" y="-1" as="geometry">
            <mxPoint as="offset" />
          </mxGeometry>
        </mxCell>
        <mxCell id="XbenKFMrG471u0wiNJ-_-11" edge="1" parent="1" source="task-deliver" style="edgeStyle=orthogonalEdgeStyle;rounded=0;orthogonalLoop=1;jettySize=auto;html=1;entryX=0.879;entryY=1.032;entryDx=0;entryDy=0;entryPerimeter=0;dashed=1;dashPattern=8 8;" target="task-close1">
          <mxGeometry relative="1" as="geometry">
            <Array as="points">
              <mxPoint x="1315" y="430" />
              <mxPoint x="1306" y="430" />
            </Array>
          </mxGeometry>
        </mxCell>
        <mxCell id="opargp484cUW6CwqKx2q-6" connectable="0" parent="XbenKFMrG471u0wiNJ-_-11" style="edgeLabel;html=1;align=center;verticalAlign=middle;resizable=0;points=[];fontFamily=Helvetica;fontSize=10;fontColor=default;fontStyle=0;labelBackgroundColor=#FFF9C4;" value="Доставка" vertex="1">
          <mxGeometry relative="1" x="0.3684" y="1" as="geometry">
            <mxPoint as="offset" />
          </mxGeometry>
        </mxCell>
        <mxCell id="XbenKFMrG471u0wiNJ-_-15" edge="1" parent="1" source="task-close1" style="edgeStyle=orthogonalEdgeStyle;rounded=0;orthogonalLoop=1;jettySize=auto;html=1;entryX=0.5;entryY=1;entryDx=0;entryDy=0;dashed=1;dashPattern=8 8;" target="task-receive">
          <mxGeometry relative="1" as="geometry" />
        </mxCell>
        <mxCell id="XbenKFMrG471u0wiNJ-_-16" connectable="0" parent="XbenKFMrG471u0wiNJ-_-15" style="edgeLabel;html=1;align=center;verticalAlign=middle;resizable=0;points=[];fontFamily=Helvetica;fontSize=10;fontColor=default;fontStyle=0;labelBackgroundColor=#FFF9C4;" value="Выдача оборудования" vertex="1">
          <mxGeometry relative="1" x="0.0653" y="-1" as="geometry">
            <mxPoint as="offset" />
          </mxGeometry>
        </mxCell>
        <mxCell id="XbenKFMrG471u0wiNJ-_-20" edge="1" parent="1" source="task-ship" style="edgeStyle=orthogonalEdgeStyle;rounded=0;orthogonalLoop=1;jettySize=auto;html=1;entryX=0.5;entryY=1;entryDx=0;entryDy=0;dashed=1;dashPattern=8 8;" target="event-receive">
          <mxGeometry relative="1" as="geometry">
            <mxPoint x="1373" y="504" as="targetPoint" />
          </mxGeometry>
        </mxCell>
        <mxCell id="XbenKFMrG471u0wiNJ-_-21" connectable="0" parent="XbenKFMrG471u0wiNJ-_-20" style="edgeLabel;html=1;align=center;verticalAlign=middle;resizable=0;points=[];fontFamily=Helvetica;fontSize=10;fontColor=default;fontStyle=0;labelBackgroundColor=#FFF9C4;" value="Поставщик привез" vertex="1">
          <mxGeometry relative="1" x="0.3741" as="geometry">
            <mxPoint as="offset" />
          </mxGeometry>
        </mxCell>
        <mxCell id="mf4" edge="1" parent="1" source="task-call-log-no" style="edgeStyle=orthogonalEdgeStyle;rounded=0;orthogonalLoop=1;jettySize=auto;html=1;strokeColor=#666666;strokeWidth=1.5;dashed=1;dashPattern=6 4;startArrow=oval;startFill=0;startSize=5;endArrow=block;endFill=0;endSize=5;fontSize=10;labelBackgroundColor=#FFF9C4;exitX=1;exitY=0.5;exitDx=0;exitDy=0;entryX=0.5;entryY=1;entryDx=0;entryDy=0;fontFamily=Helvetica;fontColor=default;fontStyle=0;align=center;verticalAlign=middle;" target="start-log" value="Вызов">
          <mxGeometry relative="1" as="geometry">
            <Array as="points">
              <mxPoint x="1567" y="355" />
              <mxPoint x="1567" y="640" />
              <mxPoint x="1200" y="640" />
              <mxPoint x="1200" y="630" />
              <mxPoint x="1203" y="630" />
            </Array>
            <mxPoint x="1567" y="390" as="sourcePoint" />
            <mxPoint x="1320" y="630" as="targetPoint" />
          </mxGeometry>
        </mxCell>
      </root>
    </mxGraphModel>
  </diagram>
</mxfile>
